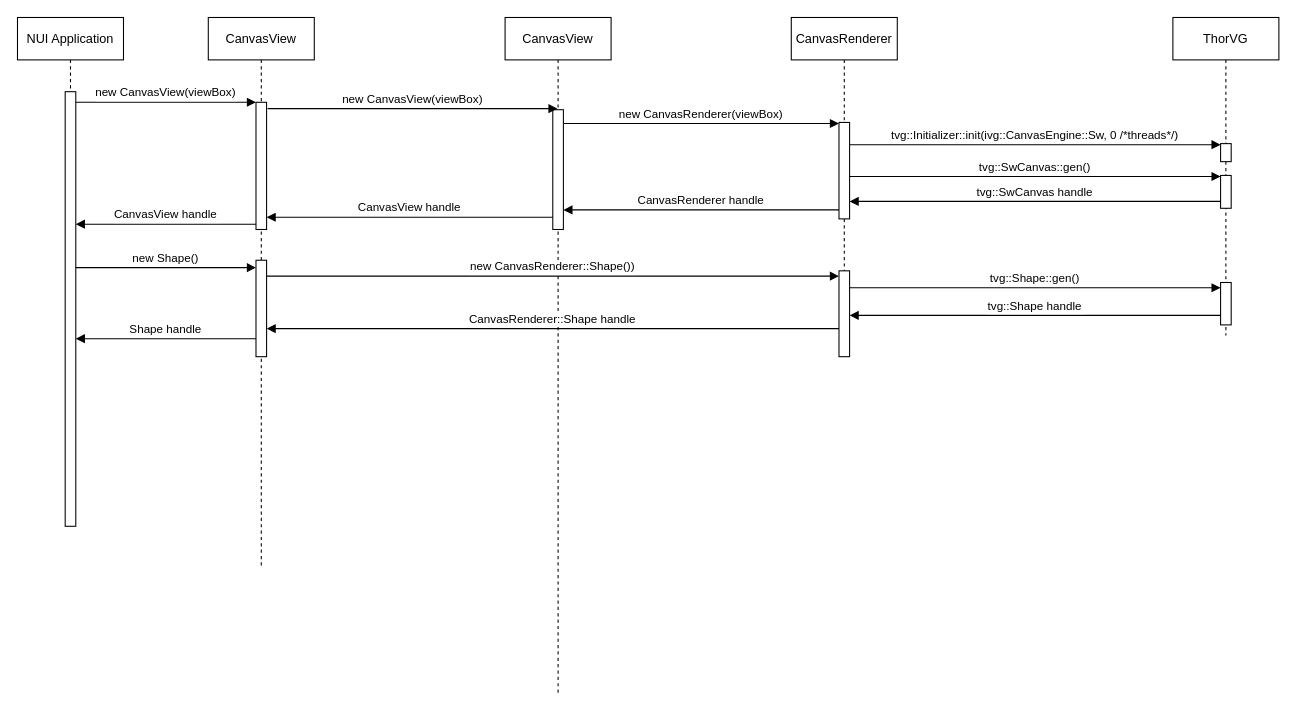
Earlier version of the draw.io diagram canvasview_sequence.drawio (JSUYA/jsuya.github.io). Source tidied: cells renumbered, new cells numbered last; positions are measured from the earlier drawing's top-left corner, leaving out a move shared by most shapes. Both pictures are drawn from the tidied source at 106%, with x=0, y=0 at pixel (17, 17).
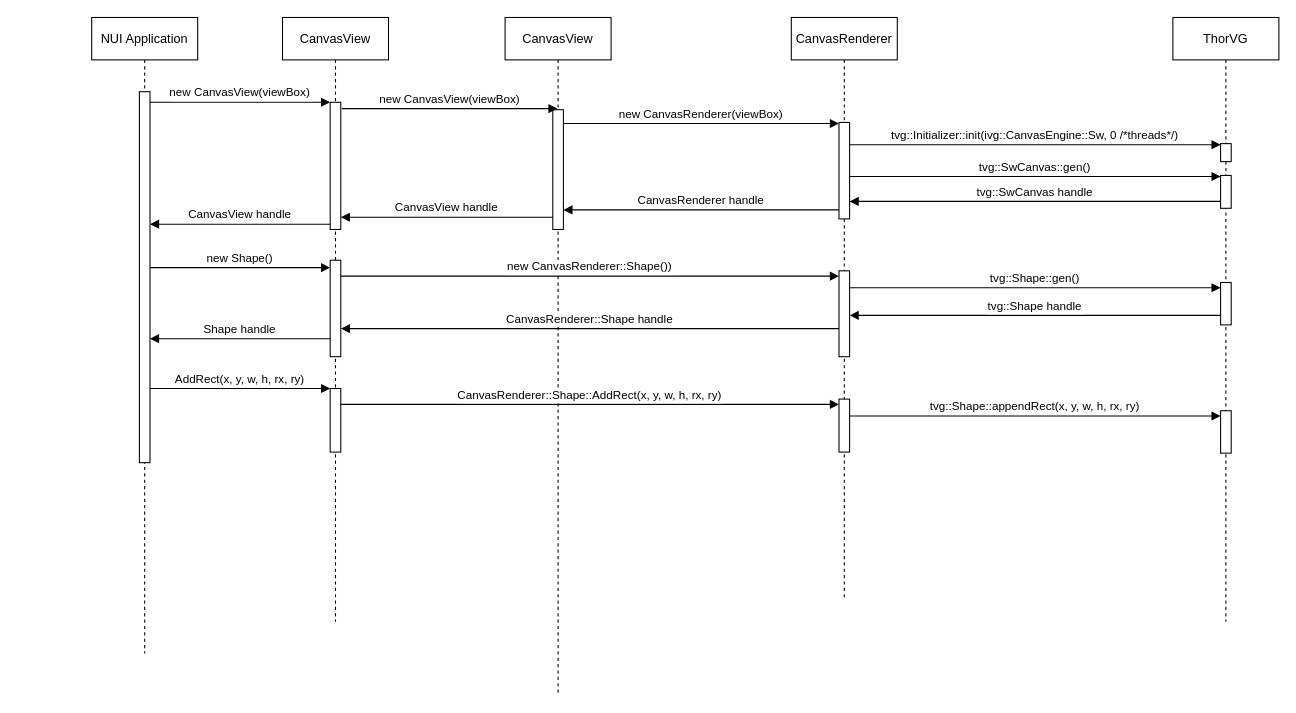
Above is the later version.

The change refers to these unchanged cells:
```xml
<mxCell id="5" style="points=[];perimeter=orthogonalPerimeter;rounded=0;shadow=0;strokeWidth=1;" parent="4" vertex="1">
  <mxGeometry x="45" y="80" width="10" height="120" as="geometry" />
</mxCell>
<mxCell id="6" style="points=[];perimeter=orthogonalPerimeter;rounded=0;shadow=0;strokeWidth=1;" parent="4" vertex="1">
  <mxGeometry x="45" y="229" width="10" height="91" as="geometry" />
</mxCell>
```

The edit, as a diff of the source:
```diff
@@
     <mxCell id="2" value="NUI Application" style="shape=umlLifeline;perimeter=lifelinePerimeter;rounded=0;shadow=0;strokeWidth=1;" parent="1" vertex="1">
-      <mxGeometry width="100" height="480" as="geometry" />
+      <mxGeometry x="70" width="100" height="600" as="geometry" />
     </mxCell>
     <mxCell id="3" style="points=[];perimeter=orthogonalPerimeter;rounded=0;shadow=0;strokeWidth=1;" parent="2" vertex="1">
-      <mxGeometry x="45" y="70" width="10" height="410" as="geometry" />
+      <mxGeometry x="45" y="70" width="10" height="350" as="geometry" />
     </mxCell>
     <mxCell id="4" value="CanvasView" style="shape=umlLifeline;perimeter=lifelinePerimeter;rounded=0;shadow=0;strokeWidth=1;" parent="1" vertex="1">
-      <mxGeometry x="180" width="100" height="520" as="geometry" />
+      <mxGeometry x="250" width="100" height="570" as="geometry" />
     </mxCell>
@@
+    <mxCell id="31" style="points=[];perimeter=orthogonalPerimeter;rounded=0;shadow=0;strokeWidth=1;" parent="4" vertex="1">
+      <mxGeometry x="45" y="350" width="10" height="60" as="geometry" />
+    </mxCell>
@@
     <mxCell id="10" value="CanvasRenderer" style="shape=umlLifeline;perimeter=lifelinePerimeter;rounded=0;shadow=0;strokeWidth=1;" parent="1" vertex="1">
-      <mxGeometry x="730" width="100" height="311" as="geometry" />
+      <mxGeometry x="730" width="100" height="550" as="geometry" />
     </mxCell>
@@
     <mxCell id="13" value="ThorVG" style="shape=umlLifeline;perimeter=lifelinePerimeter;rounded=0;shadow=0;strokeWidth=1;" parent="1" vertex="1">
-      <mxGeometry x="1090" width="100" height="300" as="geometry" />
+      <mxGeometry x="1090" width="100" height="570" as="geometry" />
     </mxCell>
@@
     <mxCell id="21" value="new Shape()" style="verticalAlign=bottom;endArrow=block;shadow=0;strokeWidth=1;" parent="1" edge="1">
       <mxGeometry relative="1" as="geometry">
-        <mxPoint x="55" y="236" as="sourcePoint" />
-        <mxPoint x="225" y="236" as="targetPoint" />
+        <mxPoint x="125" y="236" as="sourcePoint" />
+        <mxPoint x="295" y="236" as="targetPoint" />
       </mxGeometry>
     </mxCell>
-    <mxCell id="22" value="new CanvasRenderer::Shape())" style="verticalAlign=bottom;endArrow=block;shadow=0;strokeWidth=1;" parent="1" edge="1">
+    <mxCell id="22" value="new CanvasRenderer::Shape())" style="verticalAlign=bottom;endArrow=block;shadow=0;strokeWidth=1;" parent="1" edge="1" source="6">
       <mxGeometry relative="1" as="geometry">
-        <mxPoint x="235" y="244" as="sourcePoint" />
         <mxPoint x="775" y="244" as="targetPoint" />
       </mxGeometry>
     </mxCell>
@@
-    <mxCell id="25" value="CanvasView handle" style="verticalAlign=bottom;endArrow=block;shadow=0;strokeWidth=1;" parent="1" edge="1">
+    <mxCell id="25" value="CanvasView handle" style="verticalAlign=bottom;endArrow=block;shadow=0;strokeWidth=1;" parent="1" edge="1" target="5">
       <mxGeometry relative="1" as="geometry">
         <mxPoint x="505" y="188.5" as="sourcePoint" />
-        <mxPoint x="235" y="188.5" as="targetPoint" />
       </mxGeometry>
     </mxCell>
     <mxCell id="26" value="CanvasView handle" style="verticalAlign=bottom;endArrow=block;shadow=0;strokeWidth=1;" parent="1" edge="1">
       <mxGeometry relative="1" as="geometry">
-        <mxPoint x="225" y="195" as="sourcePoint" />
-        <mxPoint x="55" y="195" as="targetPoint" />
+        <mxPoint x="295" y="195" as="sourcePoint" />
+        <mxPoint x="125" y="195" as="targetPoint" />
       </mxGeometry>
     </mxCell>
@@
-    <mxCell id="29" value="CanvasRenderer::Shape handle" style="verticalAlign=bottom;endArrow=block;shadow=0;strokeWidth=1;" parent="1" edge="1">
+    <mxCell id="29" value="CanvasRenderer::Shape handle" style="verticalAlign=bottom;endArrow=block;shadow=0;strokeWidth=1;" parent="1" edge="1" target="6">
       <mxGeometry relative="1" as="geometry">
         <mxPoint x="775" y="293.5" as="sourcePoint" />
-        <mxPoint x="235" y="293.5" as="targetPoint" />
       </mxGeometry>
     </mxCell>
     <mxCell id="30" value="Shape handle" style="verticalAlign=bottom;endArrow=block;shadow=0;strokeWidth=1;" parent="1" edge="1">
       <mxGeometry relative="1" as="geometry">
-        <mxPoint x="225" y="303" as="sourcePoint" />
-        <mxPoint x="55" y="303" as="targetPoint" />
+        <mxPoint x="295" y="303" as="sourcePoint" />
+        <mxPoint x="125" y="303" as="targetPoint" />
       </mxGeometry>
     </mxCell>
+    <mxCell id="32" value="AddRect(x, y, w, h, rx, ry)" style="verticalAlign=bottom;endArrow=block;shadow=0;strokeWidth=1;" parent="1" edge="1" source="3" target="31">
+      <mxGeometry relative="1" as="geometry" />
+    </mxCell>
+    <mxCell id="33" style="perimeter=orthogonalPerimeter;rounded=0;shadow=0;strokeWidth=1;" parent="1" vertex="1">
+      <mxGeometry x="775" y="360" width="10" height="50" as="geometry" />
+    </mxCell>
+    <mxCell id="34" style="perimeter=orthogonalPerimeter;rounded=0;shadow=0;strokeWidth=1;" parent="1" vertex="1">
+      <mxGeometry x="1135" y="371" width="10" height="40" as="geometry" />
+    </mxCell>
+    <mxCell id="35" value="CanvasRenderer::Shape::AddRect(x, y, w, h, rx, ry)" style="verticalAlign=bottom;endArrow=block;shadow=0;strokeWidth=1;" parent="1" edge="1" source="31">
+      <mxGeometry relative="1" as="geometry">
+        <mxPoint x="775" y="365" as="targetPoint" />
+      </mxGeometry>
+    </mxCell>
+    <mxCell id="36" value="tvg::Shape::appendRect(x, y, w, h, rx, ry)" style="verticalAlign=bottom;endArrow=block;shadow=0;strokeWidth=1;" parent="1" edge="1">
+      <mxGeometry relative="1" as="geometry">
+        <mxPoint x="785" y="376" as="sourcePoint" />
+        <mxPoint x="1135" y="376" as="targetPoint" />
+        <Array as="points">
+          <mxPoint x="850" y="376" />
+        </Array>
+      </mxGeometry>
+    </mxCell>
```
